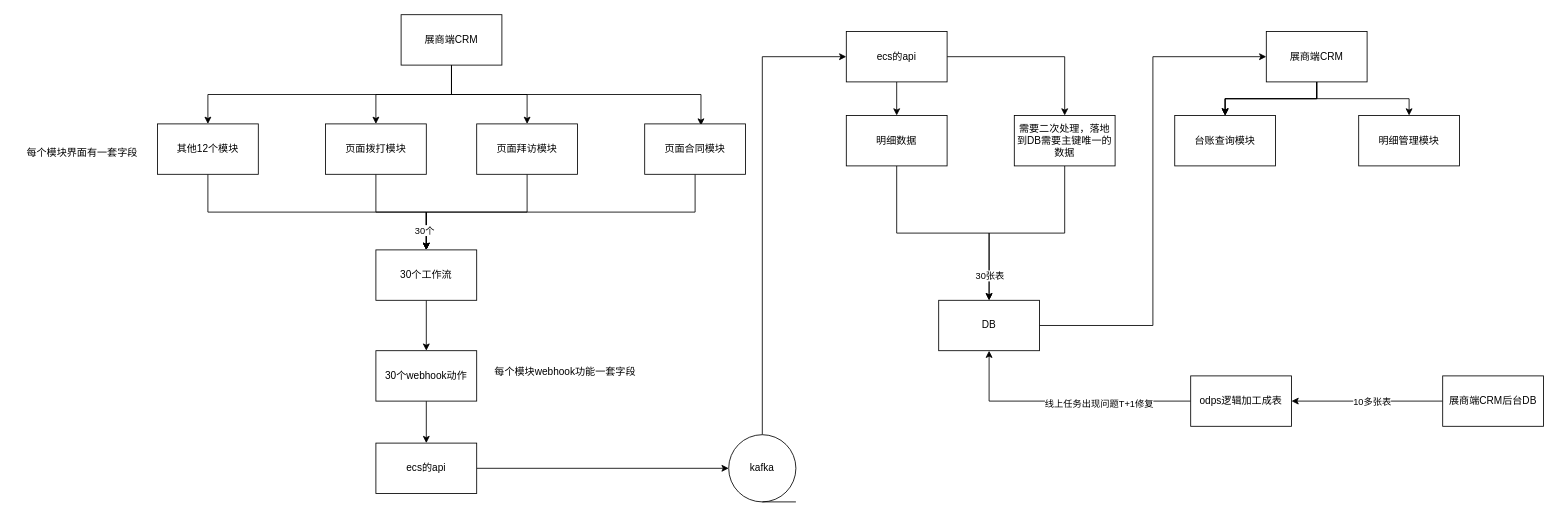
HLSO6/draw keeps this draw.io diagram as 展商端CRM服务描述.drawio. Above is the earlier version. Source tidied: cells renumbered, new cells numbered last; positions are measured from the earlier drawing's top-left corner, leaving out a move shared by most shapes. Both pictures are drawn from the tidied source at 84%, with x=0, y=0 at pixel (14, 14).
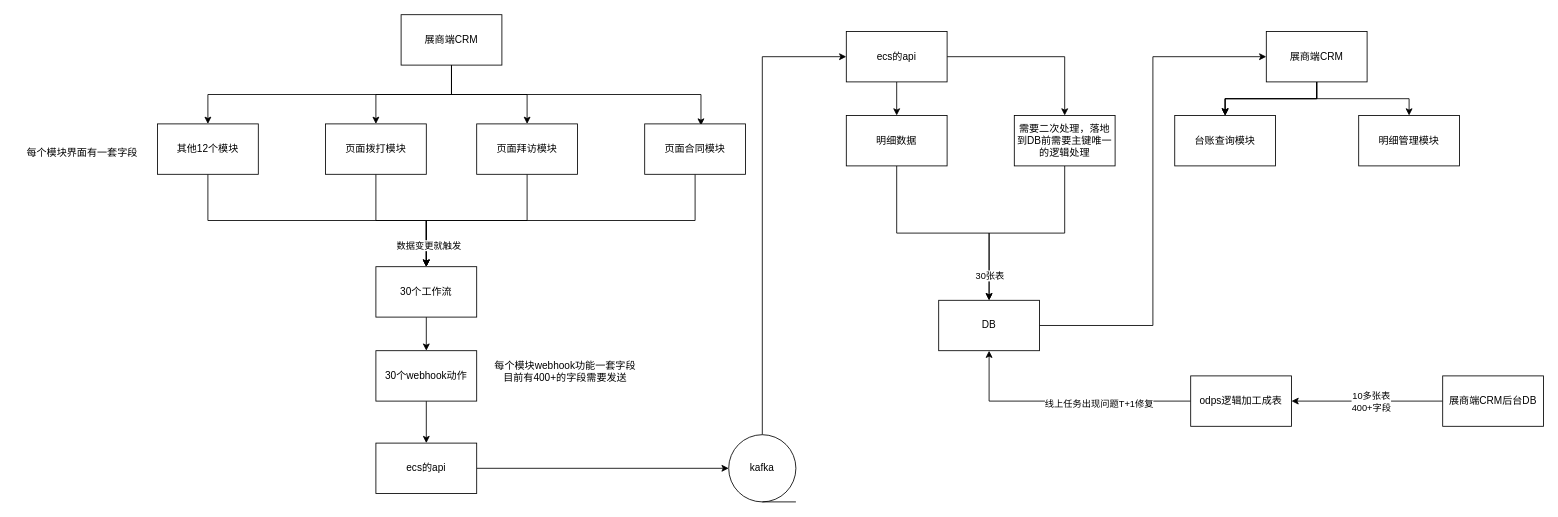
The same page after the edit.

Commit message (it also covers changes not shown here):
更新展商端CRM服务描述.drawio

The change refers to these unchanged cells:
```xml
<mxCell id="38" style="edgeStyle=orthogonalEdgeStyle;rounded=0;jettySize=auto;html=1;exitX=0.5;exitY=1;exitDx=0;exitDy=0;entryX=0.5;entryY=0;entryDx=0;entryDy=0;" parent="1" edge="1" source="40" target="8">
  <mxGeometry relative="1" as="geometry" />
</mxCell>
<mxCell id="41" style="edgeStyle=orthogonalEdgeStyle;rounded=0;jettySize=auto;html=1;exitX=0;exitY=0.5;exitDx=0;exitDy=0;" parent="1" edge="1" source="43" target="46">
  <mxGeometry relative="1" as="geometry" />
</mxCell>
```

What changed in the source:
```diff
@@
     <mxCell id="8" value="30个工作流" style="rounded=0;whiteSpace=wrap;html=1;" parent="1" vertex="1">
-      <mxGeometry x="430" y="280" width="120" height="60" as="geometry" />
+      <mxGeometry x="430" y="300" width="120" height="60" as="geometry" />
     </mxCell>
@@
-    <mxCell id="28" value="需要二次处理，落地到DB需要主键唯一的数据" style="whiteSpace=wrap;html=1;rounded=0;" parent="1" vertex="1">
+    <mxCell id="28" value="需要二次处理，落地到DB前需要主键唯一的逻辑处理" style="whiteSpace=wrap;html=1;rounded=0;" parent="1" vertex="1">
       <mxGeometry x="1190" y="120" width="120" height="60" as="geometry" />
     </mxCell>
@@
-    <mxCell id="39" value="30个" style="edgeLabel;html=1;align=center;verticalAlign=middle;" parent="38" vertex="1">
-      <mxGeometry x="0.86" y="-3" relative="1" as="geometry" />
-    </mxCell>
+    <mxCell id="49" value="数据变更就触发" style="edgeLabel;html=1;align=center;verticalAlign=middle;" parent="38" vertex="1">
+      <mxGeometry x="0.86" y="2" relative="1" as="geometry" />
+    </mxCell>
@@
-    <mxCell id="42" value="10多张表" style="edgeLabel;html=1;align=center;verticalAlign=middle;" parent="41" vertex="1">
-      <mxGeometry x="-0.06" relative="1" as="geometry" />
+    <mxCell id="42" value="10多张表&lt;br&gt;400+字段" style="edgeLabel;html=1;align=center;verticalAlign=middle;" parent="41" vertex="1">
+      <mxGeometry x="-0.06" relative="1" as="geometry">
+        <mxPoint x="-1" as="offset" />
+      </mxGeometry>
     </mxCell>
@@
-    <mxCell id="48" value="每个模块webhook功能一套字段" style="text;html=1;align=center;verticalAlign=middle;strokeColor=none;fillColor=none;" parent="1" vertex="1">
-      <mxGeometry x="560" y="410" width="190" height="30" as="geometry" />
+    <mxCell id="48" value="每个模块webhook功能一套字段&lt;br&gt;目前有400+的字段需要发送" style="text;html=1;align=center;verticalAlign=middle;strokeColor=none;fillColor=none;" parent="1" vertex="1">
+      <mxGeometry x="560" y="405" width="190" height="40" as="geometry" />
     </mxCell>
```
